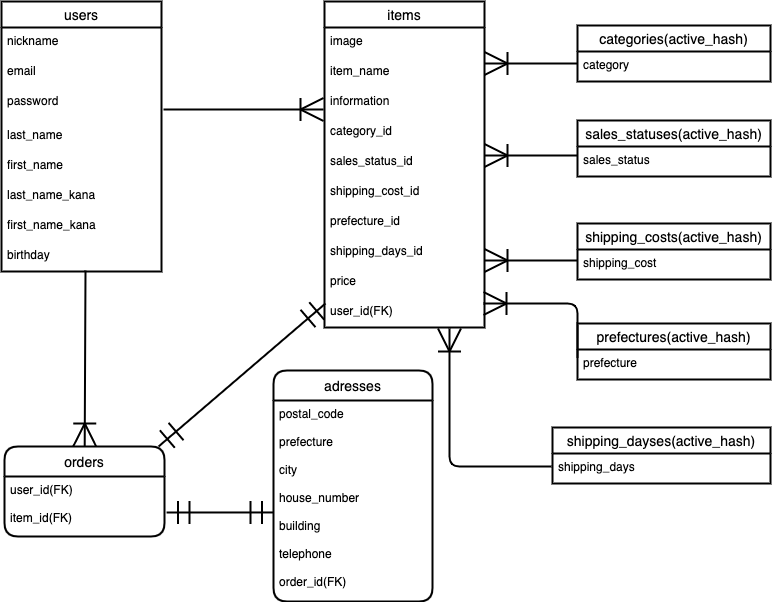
Above: furima.drawio.png in saya1216/furima-36071 (draw.io), before the change. Source tidied: cells renumbered, new cells last; positions are measured from the earlier drawing's top-left corner, leaving out a move shared by most shapes. The source it was exported from:
```xml
<mxGraphModel background="#FFFFFF">
  <root>
    <mxCell id="0" />
    <mxCell id="1" parent="0" />
    <mxCell id="2" value="users" style="swimlane;fontStyle=0;horizontal=1;startSize=26;align=center;fontSize=14;fillColor=#FFFFFF;fontColor=#000000;swimlaneFillColor=none;strokeColor=#000000;strokeWidth=2;" parent="1" vertex="1">
      <mxGeometry width="160" height="270" as="geometry" />
    </mxCell>
    <mxCell id="3" value="nickname" style="text;strokeColor=none;fillColor=none;spacingLeft=4;spacingRight=4;overflow=hidden;fontSize=12;fontColor=#000000;" parent="2" vertex="1">
      <mxGeometry y="26" width="160" height="30" as="geometry" />
    </mxCell>
    <mxCell id="4" value="email" style="text;spacingLeft=4;spacingRight=4;overflow=hidden;fontSize=12;strokeWidth=3;fontColor=#000000;" parent="2" vertex="1">
      <mxGeometry y="56" width="160" height="30" as="geometry" />
    </mxCell>
    <mxCell id="5" value="password&#10;" style="text;strokeColor=none;fillColor=none;spacingLeft=4;spacingRight=4;overflow=hidden;fontSize=12;fontColor=#000000;" parent="2" vertex="1">
      <mxGeometry y="86" width="160" height="34" as="geometry" />
    </mxCell>
    <mxCell id="6" value="last_name" style="text;strokeColor=none;fillColor=none;spacingLeft=4;spacingRight=4;overflow=hidden;fontSize=12;fontColor=#000000;" parent="2" vertex="1">
      <mxGeometry y="120" width="160" height="30" as="geometry" />
    </mxCell>
    <mxCell id="7" value="first_name&#10;" style="text;strokeColor=none;fillColor=none;spacingLeft=4;spacingRight=4;overflow=hidden;fontSize=12;fontColor=#000000;" parent="2" vertex="1">
      <mxGeometry y="150" width="160" height="30" as="geometry" />
    </mxCell>
    <mxCell id="8" value="last_name_kana" style="text;strokeColor=none;fillColor=none;spacingLeft=4;spacingRight=4;overflow=hidden;fontSize=12;fontColor=#000000;" parent="2" vertex="1">
      <mxGeometry y="180" width="160" height="30" as="geometry" />
    </mxCell>
    <mxCell id="9" value="first_name_kana" style="text;strokeColor=none;fillColor=none;spacingLeft=4;spacingRight=4;overflow=hidden;fontSize=12;fontColor=#000000;" parent="2" vertex="1">
      <mxGeometry y="210" width="160" height="30" as="geometry" />
    </mxCell>
    <mxCell id="10" value="birthday" style="text;strokeColor=none;fillColor=none;spacingLeft=4;spacingRight=4;overflow=hidden;points=[[0,0.5],[1,0.5]];portConstraint=eastwest;fontSize=12;fontColor=#000000;" parent="2" vertex="1">
      <mxGeometry y="240" width="160" height="30" as="geometry" />
    </mxCell>
    <mxCell id="11" value="items" style="swimlane;fontStyle=0;horizontal=1;startSize=26;align=center;fontSize=14;fontColor=#000000;fillColor=#FFFFFF;strokeColor=#000000;perimeterSpacing=0;strokeWidth=2;" parent="1" vertex="1">
      <mxGeometry x="323" width="160" height="326" as="geometry" />
    </mxCell>
    <mxCell id="12" value="image&#10;" style="text;strokeColor=none;fillColor=none;spacingLeft=4;spacingRight=4;overflow=hidden;fontSize=12;fontColor=#000000;" parent="11" vertex="1">
      <mxGeometry y="26" width="160" height="30" as="geometry" />
    </mxCell>
    <mxCell id="13" value="item_name" style="text;spacingLeft=4;spacingRight=4;overflow=hidden;fontSize=12;strokeWidth=0;labelBorderColor=none;fontColor=#000000;" parent="11" vertex="1">
      <mxGeometry y="56" width="160" height="30" as="geometry" />
    </mxCell>
    <mxCell id="14" value="information" style="text;strokeColor=none;fillColor=none;spacingLeft=4;spacingRight=4;overflow=hidden;points=[[0,0.5],[1,0.5]];portConstraint=eastwest;fontSize=12;fontColor=#000000;" parent="11" vertex="1">
      <mxGeometry y="86" width="160" height="30" as="geometry" />
    </mxCell>
    <mxCell id="15" value="category_id" style="text;spacingLeft=4;spacingRight=4;overflow=hidden;fontSize=12;labelBackgroundColor=none;fontColor=#000000;" parent="11" vertex="1">
      <mxGeometry y="116" width="160" height="30" as="geometry" />
    </mxCell>
    <mxCell id="16" value="sales_status_id" style="text;strokeColor=none;fillColor=none;spacingLeft=4;spacingRight=4;overflow=hidden;fontSize=12;labelBackgroundColor=none;fontColor=#000000;" parent="11" vertex="1">
      <mxGeometry y="146" width="160" height="30" as="geometry" />
    </mxCell>
    <mxCell id="17" value="shipping_cost_id" style="text;strokeColor=none;fillColor=none;spacingLeft=4;spacingRight=4;overflow=hidden;fontSize=12;fontColor=#000000;" parent="11" vertex="1">
      <mxGeometry y="176" width="160" height="30" as="geometry" />
    </mxCell>
    <mxCell id="18" value="prefecture_id" style="text;strokeColor=none;fillColor=none;spacingLeft=4;spacingRight=4;overflow=hidden;fontSize=12;fontColor=#000000;" parent="11" vertex="1">
      <mxGeometry y="206" width="160" height="30" as="geometry" />
    </mxCell>
    <mxCell id="19" value="shipping_days_id" style="text;fillColor=none;spacingLeft=4;spacingRight=4;overflow=hidden;fontSize=12;fontColor=#000000;" parent="11" vertex="1">
      <mxGeometry y="236" width="160" height="30" as="geometry" />
    </mxCell>
    <mxCell id="20" value="price" style="text;strokeColor=none;fillColor=none;spacingLeft=4;spacingRight=4;overflow=hidden;fontSize=12;fontColor=#000000;" parent="11" vertex="1">
      <mxGeometry y="266" width="160" height="30" as="geometry" />
    </mxCell>
    <mxCell id="21" value="user_id(FK)" style="text;strokeColor=none;fillColor=none;spacingLeft=4;spacingRight=4;overflow=hidden;points=[[0,0.5],[1,0.5]];portConstraint=eastwest;fontSize=12;fontColor=#000000;" parent="11" vertex="1">
      <mxGeometry y="296" width="160" height="30" as="geometry" />
    </mxCell>
    <mxCell id="22" value="orders" style="swimlane;horizontal=1;startSize=30;rounded=1;fontSize=14;fontStyle=0;strokeWidth=2;shadow=0;dashed=0;align=center;fillColor=#FFFFFF;fontColor=#000000;strokeColor=#000000;" parent="1" vertex="1">
      <mxGeometry x="3" y="445" width="160" height="90" as="geometry" />
    </mxCell>
    <mxCell id="23" value="user_id(FK)&#10;&#10;item_id(FK)&#10;" style="align=left;strokeColor=none;fillColor=none;spacingLeft=4;fontSize=12;verticalAlign=top;fontColor=#000000;" parent="22" vertex="1">
      <mxGeometry y="30" width="160" height="60" as="geometry" />
    </mxCell>
    <mxCell id="24" value="adresses" style="swimlane;horizontal=1;startSize=30;rounded=1;fontSize=14;fontStyle=0;strokeWidth=2;shadow=0;dashed=0;align=center;fillColor=#FFFFFF;fontColor=#000000;strokeColor=#000000;arcSize=15;" parent="1" vertex="1">
      <mxGeometry x="272" y="369" width="159" height="231" as="geometry" />
    </mxCell>
    <mxCell id="25" value="postal_code&#10;&#10;prefecture&#10;&#10;city&#10;&#10;house_number&#10;&#10;building&#10;&#10;telephone&#10;&#10;order_id(FK)" style="align=left;strokeColor=none;fillColor=none;spacingLeft=4;fontSize=12;verticalAlign=top;fontColor=#000000;" parent="24" vertex="1">
      <mxGeometry y="30" width="159" height="201" as="geometry" />
    </mxCell>
    <mxCell id="26" style="fontSize=12;html=1;endArrow=ERmandOne;startArrow=ERmandOne;startSize=20;endSize=20;strokeColor=#000000;strokeWidth=2;exitX=0.963;exitY=0;exitDx=0;exitDy=0;exitPerimeter=0;entryX=0.006;entryY=0.2;entryDx=0;entryDy=0;entryPerimeter=0;" parent="1" edge="1" source="22" target="21">
      <mxGeometry relative="1" as="geometry" />
    </mxCell>
    <mxCell id="27" style="fontSize=12;html=1;endArrow=ERmandOne;startArrow=ERmandOne;startSize=20;endSize=20;strokeColor=#000000;strokeWidth=2;exitX=1.013;exitY=0.6;exitDx=0;exitDy=0;exitPerimeter=0;entryX=0;entryY=0.557;entryDx=0;entryDy=0;entryPerimeter=0;" parent="1" edge="1" source="23" target="25">
      <mxGeometry relative="1" as="geometry" />
    </mxCell>
    <mxCell id="28" style="fontSize=12;html=1;endArrow=ERoneToMany;startSize=20;endSize=20;strokeColor=#000000;strokeWidth=2;entryX=-0.006;entryY=0.733;entryDx=0;entryDy=0;entryPerimeter=0;" parent="1" edge="1" target="14">
      <mxGeometry relative="1" as="geometry">
        <mxPoint x="162" y="108" as="sourcePoint" />
      </mxGeometry>
    </mxCell>
    <mxCell id="29" style="fontSize=12;html=1;endArrow=ERoneToMany;startSize=20;endSize=20;strokeColor=#000000;strokeWidth=2;exitX=0.525;exitY=0.967;exitDx=0;exitDy=0;exitPerimeter=0;" parent="1" edge="1" source="10" target="22">
      <mxGeometry relative="1" as="geometry" />
    </mxCell>
    <mxCell id="30" value="categories(active_hash)" style="swimlane;fontStyle=0;horizontal=1;startSize=26;align=center;fontSize=14;strokeWidth=2;fillColor=#FFFFFF;strokeColor=#000000;fontColor=#000000;" parent="1" vertex="1">
      <mxGeometry x="576" y="24" width="193" height="56" as="geometry" />
    </mxCell>
    <mxCell id="31" value="category" style="text;strokeColor=none;fillColor=none;spacingLeft=4;spacingRight=4;overflow=hidden;fontSize=12;fontColor=#000000;" parent="30" vertex="1">
      <mxGeometry y="26" width="193" height="30" as="geometry" />
    </mxCell>
    <mxCell id="32" value="sales_statuses(active_hash)" style="swimlane;fontStyle=0;horizontal=1;startSize=26;align=center;fontSize=14;strokeWidth=2;fillColor=#FFFFFF;strokeColor=#000000;fontColor=#000000;" parent="1" vertex="1">
      <mxGeometry x="576" y="119" width="193" height="56" as="geometry" />
    </mxCell>
    <mxCell id="33" value="sales_status" style="text;strokeColor=none;fillColor=none;spacingLeft=4;spacingRight=4;overflow=hidden;fontSize=12;fontColor=#000000;" parent="32" vertex="1">
      <mxGeometry y="26" width="193" height="30" as="geometry" />
    </mxCell>
    <mxCell id="34" value="shipping_costs(active_hash)" style="swimlane;fontStyle=0;horizontal=1;startSize=26;align=center;fontSize=14;strokeWidth=2;fillColor=#FFFFFF;strokeColor=#000000;fontColor=#000000;" parent="1" vertex="1">
      <mxGeometry x="576" y="222" width="193" height="56" as="geometry" />
    </mxCell>
    <mxCell id="35" value="shipping_cost" style="text;strokeColor=none;fillColor=none;spacingLeft=4;spacingRight=4;overflow=hidden;fontSize=12;fontColor=#000000;" parent="34" vertex="1">
      <mxGeometry y="26" width="193" height="30" as="geometry" />
    </mxCell>
    <mxCell id="36" value="prefectures(active_hash)" style="swimlane;fontStyle=0;horizontal=1;startSize=26;align=center;fontSize=14;strokeWidth=2;fillColor=#FFFFFF;strokeColor=#000000;fontColor=#000000;" parent="1" vertex="1">
      <mxGeometry x="576" y="322" width="193" height="56" as="geometry" />
    </mxCell>
    <mxCell id="37" value="prefecture" style="text;strokeColor=none;fillColor=none;spacingLeft=4;spacingRight=4;overflow=hidden;fontSize=12;fontColor=#000000;" parent="36" vertex="1">
      <mxGeometry y="26" width="193" height="30" as="geometry" />
    </mxCell>
    <mxCell id="38" value="shipping_dayses(active_hash)" style="swimlane;fontStyle=0;horizontal=1;startSize=26;align=center;fontSize=14;strokeWidth=2;fillColor=#FFFFFF;strokeColor=#000000;fontColor=#000000;" parent="1" vertex="1">
      <mxGeometry x="551" y="426" width="218" height="56" as="geometry" />
    </mxCell>
    <mxCell id="39" value="shipping_days" style="text;strokeColor=none;fillColor=none;spacingLeft=4;spacingRight=4;overflow=hidden;points=[[0,0.5],[1,0.5]];portConstraint=eastwest;fontSize=12;fontColor=#000000;" parent="38" vertex="1">
      <mxGeometry y="26" width="218" height="30" as="geometry" />
    </mxCell>
    <mxCell id="40" style="fontSize=12;html=1;endArrow=ERoneToMany;fontColor=#000000;startSize=20;endSize=20;strokeColor=#000000;strokeWidth=2;" parent="1" edge="1">
      <mxGeometry relative="1" as="geometry">
        <mxPoint x="576" y="62" as="sourcePoint" />
        <mxPoint x="483" y="62" as="targetPoint" />
      </mxGeometry>
    </mxCell>
    <mxCell id="41" style="fontSize=12;html=1;endArrow=ERoneToMany;fontColor=#000000;startSize=20;endSize=20;strokeColor=#000000;strokeWidth=2;" parent="1" edge="1">
      <mxGeometry relative="1" as="geometry">
        <mxPoint x="576" y="154" as="sourcePoint" />
        <mxPoint x="483" y="154" as="targetPoint" />
      </mxGeometry>
    </mxCell>
    <mxCell id="42" style="fontSize=12;html=1;endArrow=ERoneToMany;fontColor=#000000;startSize=20;endSize=20;strokeColor=#000000;strokeWidth=2;" parent="1" edge="1">
      <mxGeometry relative="1" as="geometry">
        <mxPoint x="576" y="259" as="sourcePoint" />
        <mxPoint x="483" y="259" as="targetPoint" />
      </mxGeometry>
    </mxCell>
    <mxCell id="43" style="fontSize=12;html=1;endArrow=ERoneToMany;fontColor=#000000;startSize=20;endSize=20;strokeColor=#000000;strokeWidth=2;entryX=0.994;entryY=0.2;entryDx=0;entryDy=0;entryPerimeter=0;edgeStyle=orthogonalEdgeStyle;" parent="1" edge="1" target="21">
      <mxGeometry relative="1" as="geometry">
        <mxPoint x="576" y="356" as="sourcePoint" />
      </mxGeometry>
    </mxCell>
    <mxCell id="44" style="edgeStyle=orthogonalEdgeStyle;fontSize=12;html=1;endArrow=ERoneToMany;fontColor=#000000;startSize=20;endSize=20;strokeColor=#000000;strokeWidth=2;exitX=-0.005;exitY=0.433;exitDx=0;exitDy=0;exitPerimeter=0;entryX=0.781;entryY=1.033;entryDx=0;entryDy=0;entryPerimeter=0;" parent="1" edge="1" source="39" target="21">
      <mxGeometry relative="1" as="geometry" />
    </mxCell>
  </root>
</mxGraphModel>
```
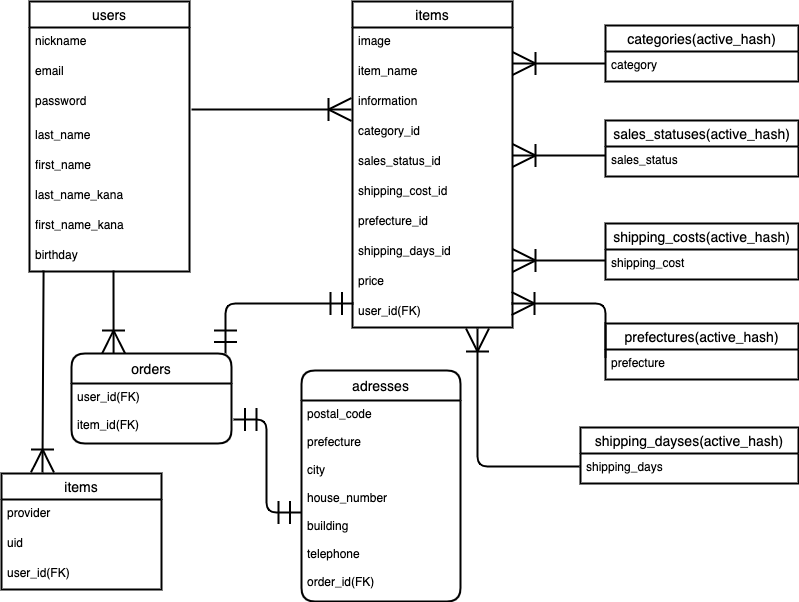
Later version of the same file.

Commit message:
ER図の修正（SNS認証用のテーブルを追加）

What changed in the source:
```diff
@@ -63,7 +63,7 @@
       <mxGeometry y="296" width="160" height="30" as="geometry" />
     </mxCell>
     <mxCell id="22" value="orders" style="swimlane;horizontal=1;startSize=30;rounded=1;fontSize=14;fontStyle=0;strokeWidth=2;shadow=0;dashed=0;align=center;fillColor=#FFFFFF;fontColor=#000000;strokeColor=#000000;" parent="1" vertex="1">
-      <mxGeometry x="3" y="445" width="160" height="90" as="geometry" />
+      <mxGeometry x="42" y="352" width="160" height="90" as="geometry" />
     </mxCell>
     <mxCell id="23" value="user_id(FK)&#10;&#10;item_id(FK)&#10;" style="align=left;strokeColor=none;fillColor=none;spacingLeft=4;fontSize=12;verticalAlign=top;fontColor=#000000;" parent="22" vertex="1">
       <mxGeometry y="30" width="160" height="60" as="geometry" />
@@ -74,10 +74,10 @@
     <mxCell id="25" value="postal_code&#10;&#10;prefecture&#10;&#10;city&#10;&#10;house_number&#10;&#10;building&#10;&#10;telephone&#10;&#10;order_id(FK)" style="align=left;strokeColor=none;fillColor=none;spacingLeft=4;fontSize=12;verticalAlign=top;fontColor=#000000;" parent="24" vertex="1">
       <mxGeometry y="30" width="159" height="201" as="geometry" />
     </mxCell>
-    <mxCell id="26" style="fontSize=12;html=1;endArrow=ERmandOne;startArrow=ERmandOne;startSize=20;endSize=20;strokeColor=#000000;strokeWidth=2;exitX=0.963;exitY=0;exitDx=0;exitDy=0;exitPerimeter=0;entryX=0.006;entryY=0.2;entryDx=0;entryDy=0;entryPerimeter=0;" parent="1" edge="1" source="22" target="21">
+    <mxCell id="26" style="fontSize=12;html=1;endArrow=ERmandOne;startArrow=ERmandOne;startSize=20;endSize=20;strokeColor=#000000;strokeWidth=2;exitX=0.963;exitY=0;exitDx=0;exitDy=0;exitPerimeter=0;entryX=0.006;entryY=0.2;entryDx=0;entryDy=0;entryPerimeter=0;edgeStyle=orthogonalEdgeStyle;" parent="1" edge="1" source="22" target="21">
       <mxGeometry relative="1" as="geometry" />
     </mxCell>
-    <mxCell id="27" style="fontSize=12;html=1;endArrow=ERmandOne;startArrow=ERmandOne;startSize=20;endSize=20;strokeColor=#000000;strokeWidth=2;exitX=1.013;exitY=0.6;exitDx=0;exitDy=0;exitPerimeter=0;entryX=0;entryY=0.557;entryDx=0;entryDy=0;entryPerimeter=0;" parent="1" edge="1" source="23" target="25">
+    <mxCell id="27" style="fontSize=12;html=1;endArrow=ERmandOne;startArrow=ERmandOne;startSize=20;endSize=20;strokeColor=#000000;strokeWidth=2;exitX=1.013;exitY=0.6;exitDx=0;exitDy=0;exitPerimeter=0;entryX=0;entryY=0.557;entryDx=0;entryDy=0;entryPerimeter=0;edgeStyle=orthogonalEdgeStyle;" parent="1" edge="1" source="23" target="25">
       <mxGeometry relative="1" as="geometry" />
     </mxCell>
     <mxCell id="28" style="fontSize=12;html=1;endArrow=ERoneToMany;startSize=20;endSize=20;strokeColor=#000000;strokeWidth=2;entryX=-0.006;entryY=0.733;entryDx=0;entryDy=0;entryPerimeter=0;" parent="1" edge="1" target="14">
@@ -85,7 +85,7 @@
         <mxPoint x="162" y="108" as="sourcePoint" />
       </mxGeometry>
     </mxCell>
-    <mxCell id="29" style="fontSize=12;html=1;endArrow=ERoneToMany;startSize=20;endSize=20;strokeColor=#000000;strokeWidth=2;exitX=0.525;exitY=0.967;exitDx=0;exitDy=0;exitPerimeter=0;" parent="1" edge="1" source="10" target="22">
+    <mxCell id="29" style="fontSize=12;html=1;endArrow=ERoneToMany;startSize=20;endSize=20;strokeColor=#000000;strokeWidth=2;exitX=0.525;exitY=0.967;exitDx=0;exitDy=0;exitPerimeter=0;entryX=0.263;entryY=0;entryDx=0;entryDy=0;entryPerimeter=0;" parent="1" edge="1" source="10" target="22">
       <mxGeometry relative="1" as="geometry" />
     </mxCell>
     <mxCell id="30" value="categories(active_hash)" style="swimlane;fontStyle=0;horizontal=1;startSize=26;align=center;fontSize=14;strokeWidth=2;fillColor=#FFFFFF;strokeColor=#000000;fontColor=#000000;" parent="1" vertex="1">
@@ -144,5 +144,20 @@
     <mxCell id="44" style="edgeStyle=orthogonalEdgeStyle;fontSize=12;html=1;endArrow=ERoneToMany;fontColor=#000000;startSize=20;endSize=20;strokeColor=#000000;strokeWidth=2;exitX=-0.005;exitY=0.433;exitDx=0;exitDy=0;exitPerimeter=0;entryX=0.781;entryY=1.033;entryDx=0;entryDy=0;entryPerimeter=0;" parent="1" edge="1" source="39" target="21">
       <mxGeometry relative="1" as="geometry" />
     </mxCell>
+    <mxCell id="45" value="items" style="swimlane;fontStyle=0;horizontal=1;startSize=26;align=center;fontSize=14;fontColor=#000000;fillColor=#FFFFFF;strokeColor=#000000;perimeterSpacing=0;strokeWidth=2;" parent="1" vertex="1">
+      <mxGeometry x="-28" y="472" width="160" height="116" as="geometry" />
+    </mxCell>
+    <mxCell id="46" value="provider" style="text;fillColor=none;spacingLeft=4;spacingRight=4;overflow=hidden;fontSize=12;fontColor=#000000;" parent="45" vertex="1">
+      <mxGeometry y="26" width="160" height="30" as="geometry" />
+    </mxCell>
+    <mxCell id="47" value="uid" style="text;strokeColor=none;fillColor=none;spacingLeft=4;spacingRight=4;overflow=hidden;fontSize=12;fontColor=#000000;" parent="45" vertex="1">
+      <mxGeometry y="56" width="160" height="30" as="geometry" />
+    </mxCell>
+    <mxCell id="48" value="user_id(FK)" style="text;strokeColor=none;fillColor=none;spacingLeft=4;spacingRight=4;overflow=hidden;fontSize=12;fontColor=#000000;" parent="45" vertex="1">
+      <mxGeometry y="86" width="160" height="30" as="geometry" />
+    </mxCell>
+    <mxCell id="49" style="fontSize=12;html=1;endArrow=ERoneToMany;strokeColor=#000000;strokeWidth=2;endSize=20;startSize=20;entryX=0.256;entryY=-0.009;entryDx=0;entryDy=0;entryPerimeter=0;exitX=0.088;exitY=0.967;exitDx=0;exitDy=0;exitPerimeter=0;" parent="1" edge="1" source="10" target="45">
+      <mxGeometry relative="1" as="geometry" />
+    </mxCell>
   </root>
 </mxGraphModel>
```
